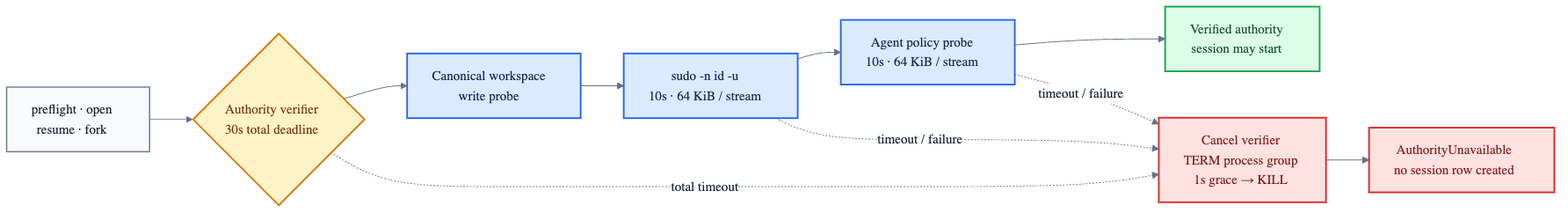
Above: v2/docs/authority-timeout-flow.png in fontanierh/crab (Mermaid), before the change. Its source is kept beside it as v2/docs/authority-timeout-flow.mmd.
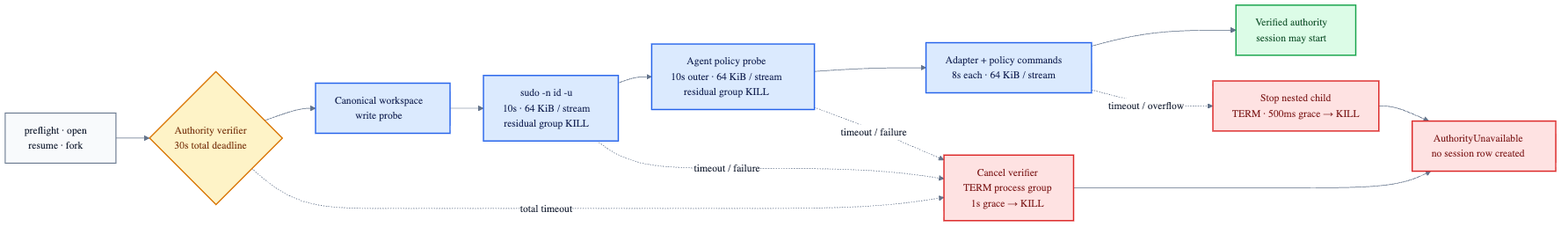
The same diagram one commit later.

Commit message:
fix(v2): bound nested authority commands (#304)

The edit, as a diff of the source:
```diff
@@ -3,18 +3,22 @@
     CALL["preflight · open<br/>resume · fork"]
     TOTAL{"Authority verifier<br/>30s total deadline"}
     FS["Canonical workspace<br/>write probe"]
-    SUDO["sudo -n id -u<br/>10s · 64 KiB / stream"]
-    PROBE["Agent policy probe<br/>10s · 64 KiB / stream"]
+    SUDO["sudo -n id -u<br/>10s · 64 KiB / stream<br/>residual group KILL"]
+    PROBE["Agent policy probe<br/>10s outer · 64 KiB / stream<br/>residual group KILL"]
+    NESTED["Adapter + policy commands<br/>8s each · 64 KiB / stream"]
     READY["Verified authority<br/>session may start"]
     STOP["Cancel verifier<br/>TERM process group<br/>1s grace → KILL"]
+    NESTED_STOP["Stop nested child<br/>TERM · 500ms grace → KILL"]
     REJECT["AuthorityUnavailable<br/>no session row created"]
 
     CALL --> TOTAL
-    TOTAL --> FS --> SUDO --> PROBE --> READY
+    TOTAL --> FS --> SUDO --> PROBE --> NESTED --> READY
     TOTAL -. "total timeout" .-> STOP
     SUDO -. "timeout / failure" .-> STOP
     PROBE -. "timeout / failure" .-> STOP
+    NESTED -. "timeout / overflow" .-> NESTED_STOP
     STOP --> REJECT
+    NESTED_STOP --> REJECT
 
     classDef caller fill:#f8fafc,stroke:#64748b,stroke-width:1.5px,color:#172033;
     classDef gate fill:#fef3c7,stroke:#d97706,stroke-width:2px,color:#78350f;
@@ -24,6 +28,6 @@
 
     class CALL caller;
     class TOTAL gate;
-    class FS,SUDO,PROBE probe;
+    class FS,SUDO,PROBE,NESTED probe;
     class READY ready;
-    class STOP,REJECT failure;
+    class STOP,NESTED_STOP,REJECT failure;
```
